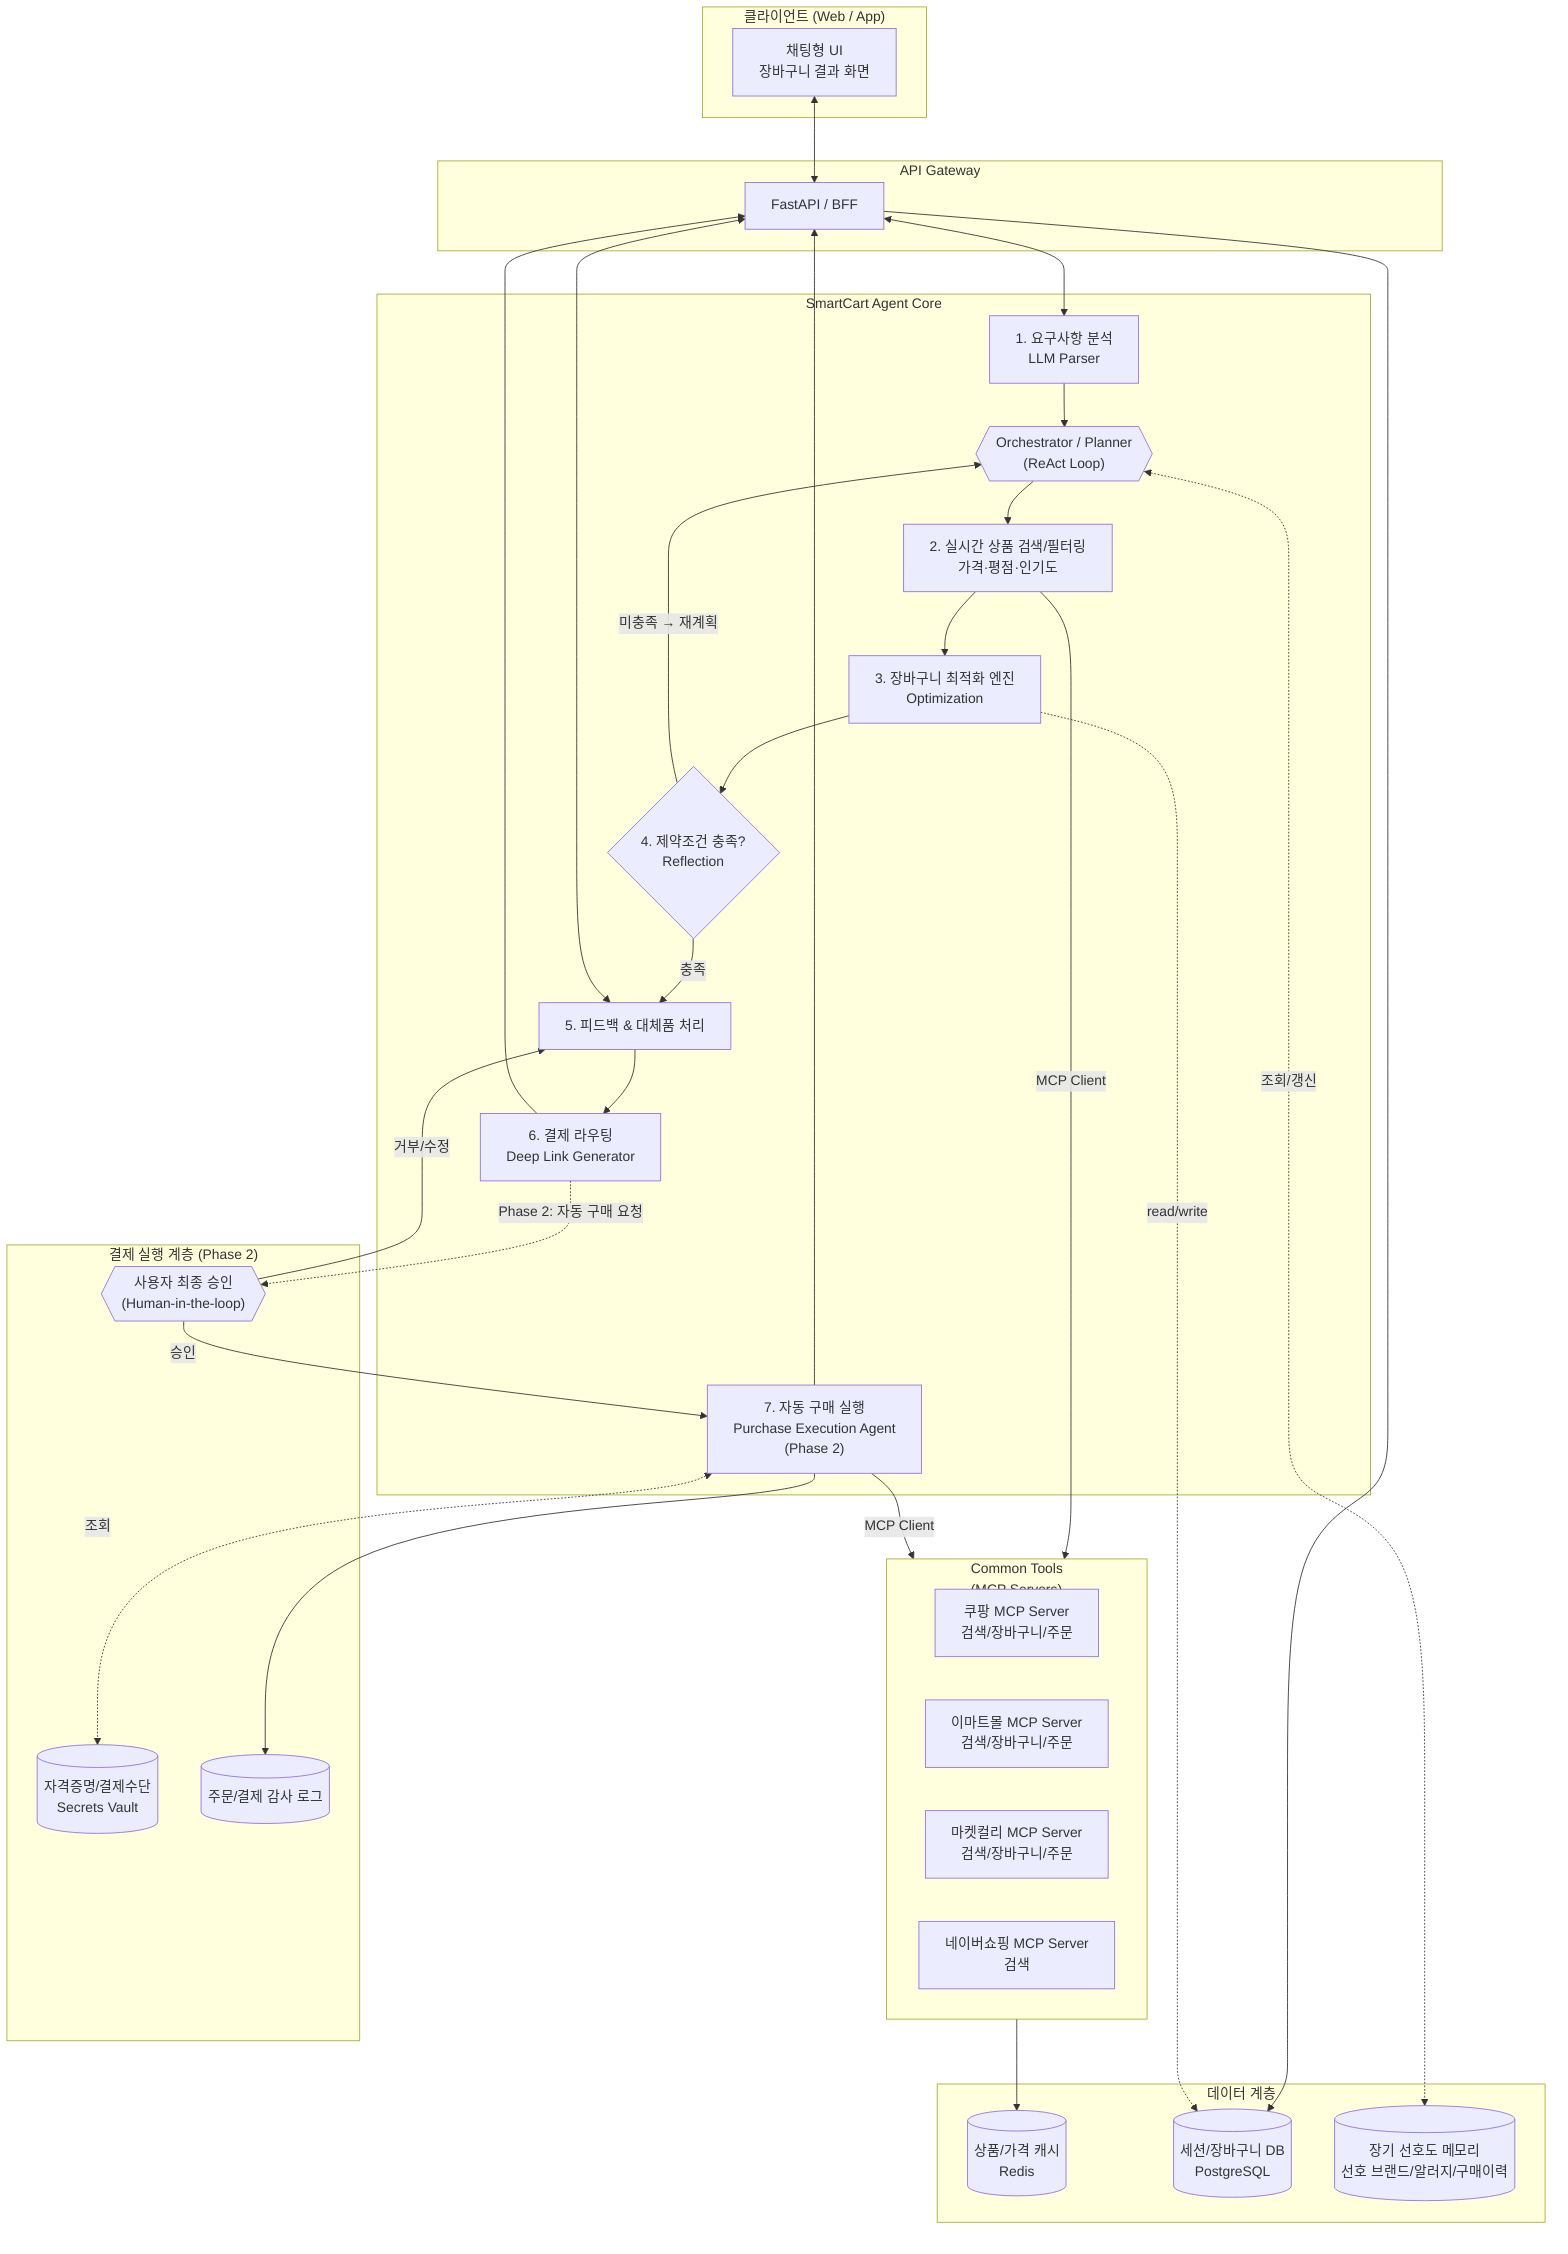
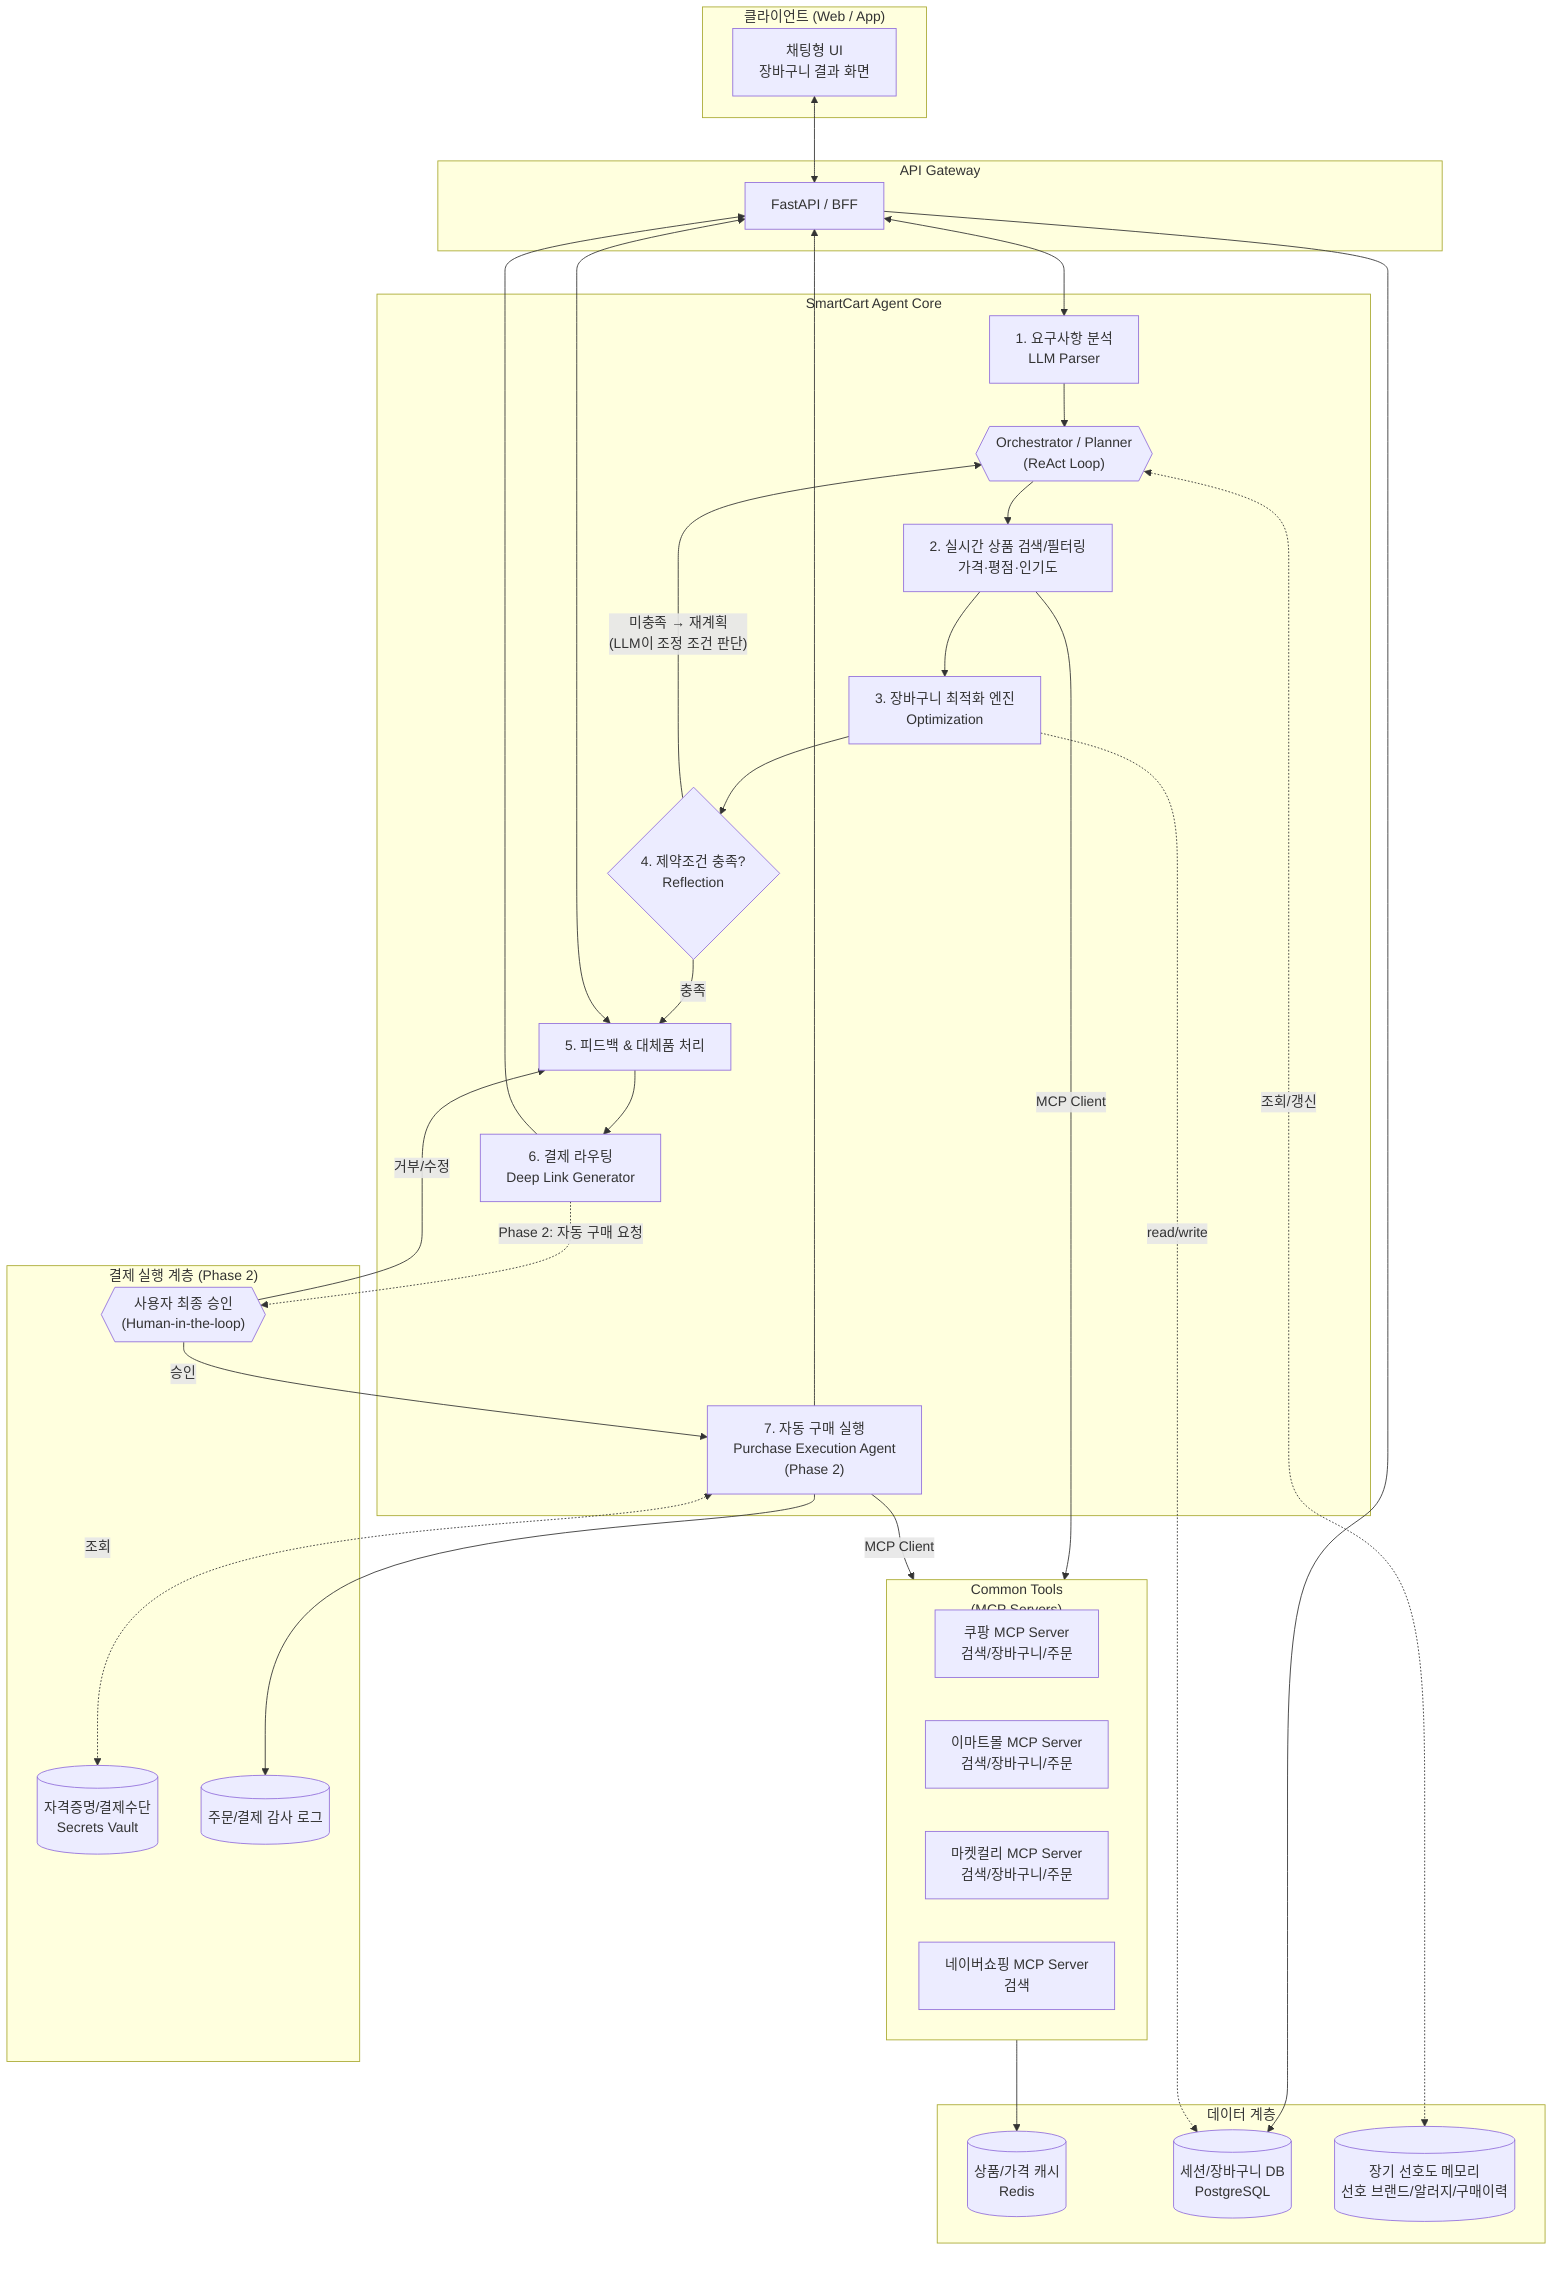
flowchart TB
    subgraph Client["클라이언트 (Web / App)"]
        UI[채팅형 UI<br/>장바구니 결과 화면]
    end

    subgraph Gateway["API Gateway"]
        GW[FastAPI / BFF]
    end

    subgraph Agent["SmartCart Agent Core"]
        Parser[1. 요구사항 분석<br/>LLM Parser]
        Orchestrator{{"Orchestrator / Planner<br/>(ReAct Loop)"}}
        Search[2. 실시간 상품 검색/필터링<br/>가격·평점·인기도]
        Optimizer[3. 장바구니 최적화 엔진<br/>Optimization]
        Reflect{4. 제약조건 충족?<br/>Reflection}
        Feedback[5. 피드백 & 대체품 처리]
        Router[6. 결제 라우팅<br/>Deep Link Generator]
        Purchase["7. 자동 구매 실행<br/>Purchase Execution Agent<br/>(Phase 2)"]
    end

    subgraph Tools["Common Tools<br/>(MCP Servers)"]
        Coupang[쿠팡 MCP Server<br/>검색/장바구니/주문]
        Emart[이마트몰 MCP Server<br/>검색/장바구니/주문]
        Kurly[마켓컬리 MCP Server<br/>검색/장바구니/주문]
        Naver[네이버쇼핑 MCP Server<br/>검색]
    end

    subgraph Checkout["결제 실행 계층 (Phase 2)"]
        HITL{{"사용자 최종 승인<br/>(Human-in-the-loop)"}}
        Vault[(자격증명/결제수단<br/>Secrets Vault)]
        AuditLog[(주문/결제 감사 로그)]
    end

    subgraph Data["데이터 계층"]
        Cache[(상품/가격 캐시<br/>Redis)]
        DB[(세션/장바구니 DB<br/>PostgreSQL)]
        Memory[(장기 선호도 메모리<br/>선호 브랜드/알러지/구매이력)]
    end

    UI <--> GW
    GW <--> Parser
    Parser --> Orchestrator
    Orchestrator --> Search
    Search -- "MCP Client" --> Tools
    Tools --> Cache
    Search --> Optimizer
    Optimizer --> Reflect
-     Reflect -- "미충족 → 재계획" --> Orchestrator
+     Reflect -- "미충족 → 재계획<br/>(LLM이 조정 조건 판단)" --> Orchestrator
    Reflect -- "충족" --> Feedback
    Feedback <--> GW
    Feedback --> Router
    Router --> GW
    Router -. "Phase 2: 자동 구매 요청" .-> HITL
    HITL -- "승인" --> Purchase
    HITL -- "거부/수정" --> Feedback
    Purchase -- "MCP Client" --> Tools
    Purchase <-.조회.-> Vault
    Purchase --> AuditLog
    Purchase --> GW
    GW --> DB
    Optimizer -.read/write.-> DB
    Orchestrator <-.조회/갱신.-> Memory
